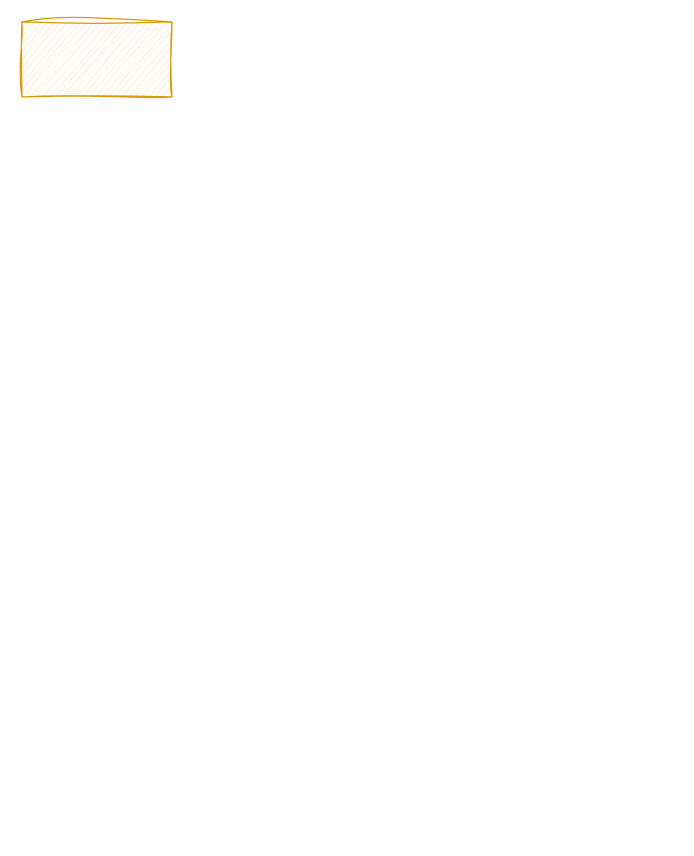
This is new-flow.drawio from maqinzhang/diagrams, a draw.io file, before an edit. Source tidied: cells renumbered, new cells numbered last; positions are measured from the earlier drawing's top-left corner, leaving out a move shared by most shapes. Both pictures are drawn from the tidied source at 125%, with x=0, y=0 at pixel (21, 21).
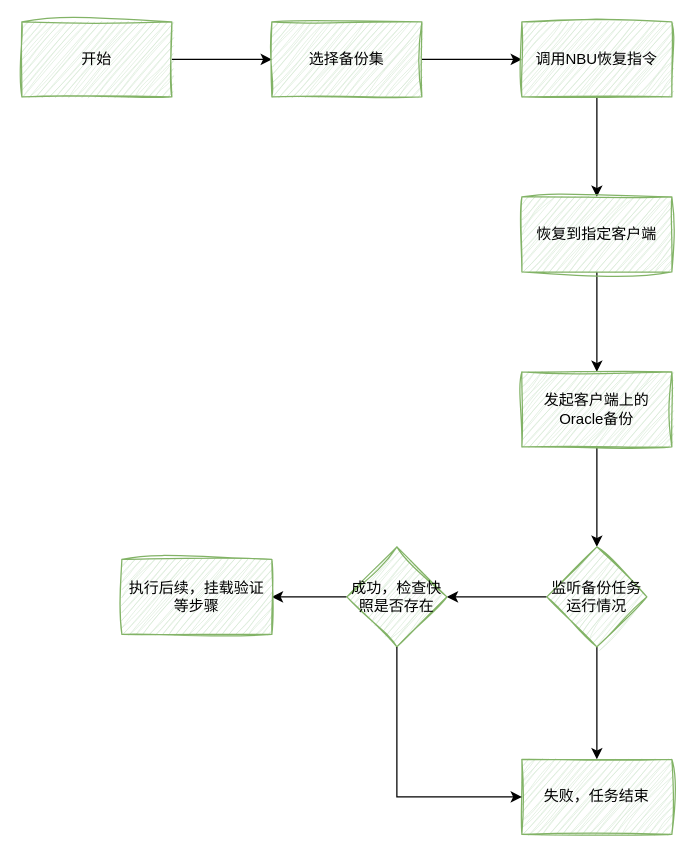
The same page after the edit.

What changed in the source:
```diff
@@
+    <mxCell id="3" style="edgeStyle=orthogonalEdgeStyle;rounded=0;jettySize=auto;html=1;" parent="1" edge="1" source="2" target="5">
+      <mxGeometry relative="1" as="geometry" />
+    </mxCell>
-    <mxCell id="2" style="rounded=0;whiteSpace=wrap;html=1;fillColor=#ffe6cc;strokeColor=#d79b00;gradientColor=none;sketch=1;curveFitting=1;jiggle=2;" parent="1" vertex="1">
+    <mxCell id="2" value="开始" style="rounded=0;whiteSpace=wrap;html=1;fillColor=#d5e8d4;strokeColor=#82b366;sketch=1;curveFitting=1;jiggle=2;" parent="1" vertex="1">
       <mxGeometry width="120" height="60" as="geometry" />
     </mxCell>
+    <mxCell id="4" style="edgeStyle=orthogonalEdgeStyle;rounded=0;jettySize=auto;html=1;" parent="1" edge="1" source="5" target="7">
+      <mxGeometry relative="1" as="geometry" />
+    </mxCell>
+    <mxCell id="5" value="选择备份集" style="rounded=0;whiteSpace=wrap;html=1;fillColor=#d5e8d4;strokeColor=#82b366;sketch=1;curveFitting=1;jiggle=2;" parent="1" vertex="1">
+      <mxGeometry x="200" width="120" height="60" as="geometry" />
+    </mxCell>
+    <mxCell id="6" style="edgeStyle=orthogonalEdgeStyle;rounded=0;jettySize=auto;html=1;" parent="1" edge="1" source="7" target="9">
+      <mxGeometry relative="1" as="geometry" />
+    </mxCell>
+    <mxCell id="7" value="调用NBU恢复指令" style="whiteSpace=wrap;html=1;fillColor=#d5e8d4;strokeColor=#82b366;rounded=0;sketch=1;curveFitting=1;jiggle=2;" parent="1" vertex="1">
+      <mxGeometry x="400" width="120" height="60" as="geometry" />
+    </mxCell>
+    <mxCell id="8" style="edgeStyle=orthogonalEdgeStyle;rounded=0;jettySize=auto;html=1;" parent="1" edge="1" source="9" target="11">
+      <mxGeometry relative="1" as="geometry">
+        <Array as="points">
+          <mxPoint x="460" y="240" />
+          <mxPoint x="460" y="240" />
+        </Array>
+      </mxGeometry>
+    </mxCell>
+    <mxCell id="9" value="恢复到指定客户端" style="whiteSpace=wrap;html=1;fillColor=#d5e8d4;strokeColor=#82b366;rounded=0;sketch=1;curveFitting=1;jiggle=2;" parent="1" vertex="1">
+      <mxGeometry x="400" y="140" width="120" height="60" as="geometry" />
+    </mxCell>
+    <mxCell id="10" style="edgeStyle=orthogonalEdgeStyle;rounded=0;jettySize=auto;html=1;" parent="1" edge="1" source="11">
+      <mxGeometry relative="1" as="geometry">
+        <mxPoint x="460" y="420" as="targetPoint" />
+      </mxGeometry>
+    </mxCell>
+    <mxCell id="11" value="发起客户端上的Oracle备份" style="whiteSpace=wrap;html=1;fillColor=#d5e8d4;strokeColor=#82b366;rounded=0;sketch=1;curveFitting=1;jiggle=2;" parent="1" vertex="1">
+      <mxGeometry x="400" y="280" width="120" height="60" as="geometry" />
+    </mxCell>
+    <mxCell id="12" style="edgeStyle=orthogonalEdgeStyle;rounded=0;jettySize=auto;html=1;" parent="1" edge="1" source="14" target="16">
+      <mxGeometry relative="1" as="geometry" />
+    </mxCell>
+    <mxCell id="13" style="edgeStyle=orthogonalEdgeStyle;rounded=0;jettySize=auto;html=1;" parent="1" edge="1" source="14" target="17">
+      <mxGeometry relative="1" as="geometry" />
+    </mxCell>
+    <mxCell id="14" value="监听备份任务运行情况" style="rhombus;whiteSpace=wrap;html=1;fillColor=#d5e8d4;strokeColor=#82b366;rounded=0;sketch=1;curveFitting=1;jiggle=2;" parent="1" vertex="1">
+      <mxGeometry x="420" y="420" width="80" height="80" as="geometry" />
+    </mxCell>
+    <mxCell id="15" style="edgeStyle=orthogonalEdgeStyle;rounded=0;jettySize=auto;html=1;" parent="1" edge="1" source="16" target="18">
+      <mxGeometry relative="1" as="geometry" />
+    </mxCell>
+    <mxCell id="16" value="成功，检查快照是否存在" style="rhombus;whiteSpace=wrap;html=1;fillColor=#d5e8d4;strokeColor=#82b366;rounded=0;sketch=1;curveFitting=1;jiggle=2;" parent="1" vertex="1">
+      <mxGeometry x="260" y="420" width="80" height="80" as="geometry" />
+    </mxCell>
+    <mxCell id="17" value="失败，任务结束" style="whiteSpace=wrap;html=1;fillColor=#d5e8d4;strokeColor=#82b366;rounded=0;sketch=1;curveFitting=1;jiggle=2;" parent="1" vertex="1">
+      <mxGeometry x="400" y="590" width="120" height="60" as="geometry" />
+    </mxCell>
+    <mxCell id="18" value="执行后续，挂载验证等步骤" style="whiteSpace=wrap;html=1;fillColor=#d5e8d4;strokeColor=#82b366;rounded=0;sketch=1;curveFitting=1;jiggle=2;" parent="1" vertex="1">
+      <mxGeometry x="80" y="430" width="120" height="60" as="geometry" />
+    </mxCell>
+    <mxCell id="19" style="endArrow=classic;html=1;rounded=0;entryX=0;entryY=0.5;entryDx=0;entryDy=0;exitX=0.5;exitY=1;exitDx=0;exitDy=0;" parent="1" edge="1" source="16" target="17">
+      <mxGeometry relative="1" as="geometry">
+        <Array as="points">
+          <mxPoint x="300" y="620" />
+        </Array>
+      </mxGeometry>
+    </mxCell>
```
